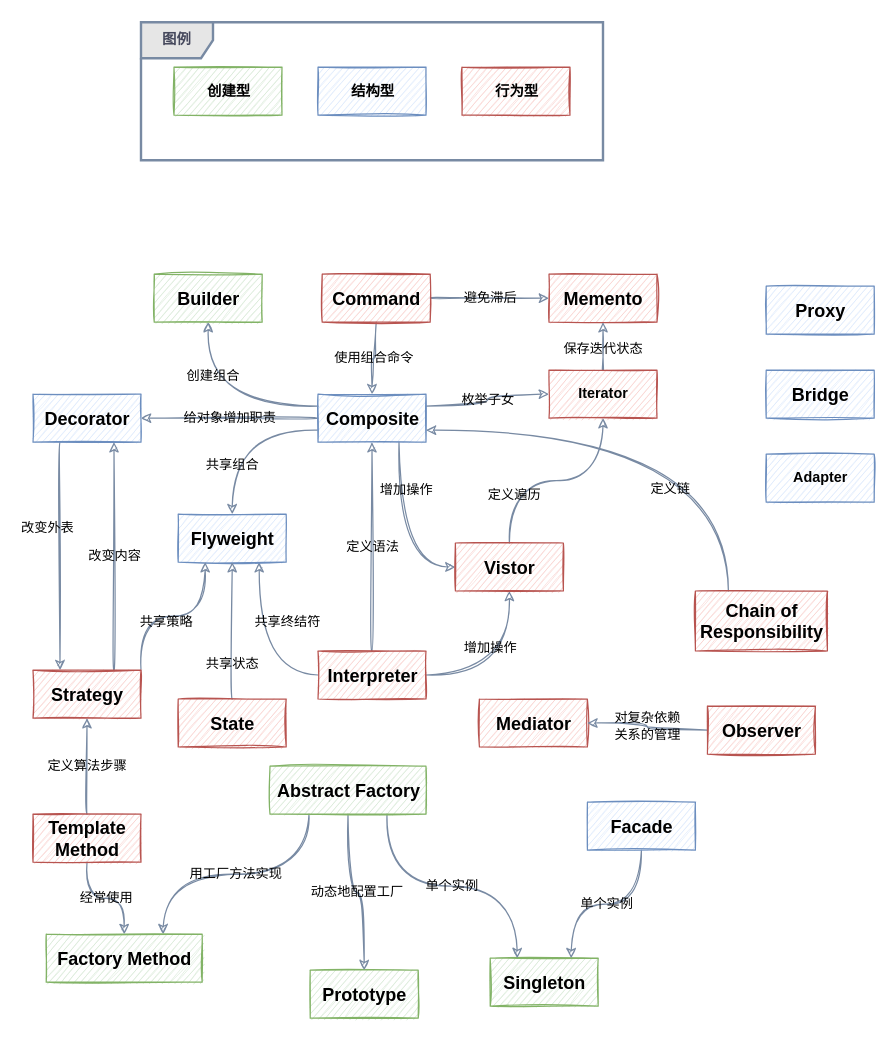
This is diagrams.net/设计模式之间的关系.drawio from ZhengweiHou/simplegit, a draw.io file, before an edit. Source tidied: cells renumbered, new cells numbered last; positions are measured from the earlier drawing's top-left corner, leaving out a move shared by most shapes. Both pictures are drawn from the tidied source at 120%, with x=0, y=0 at pixel (32, 22).
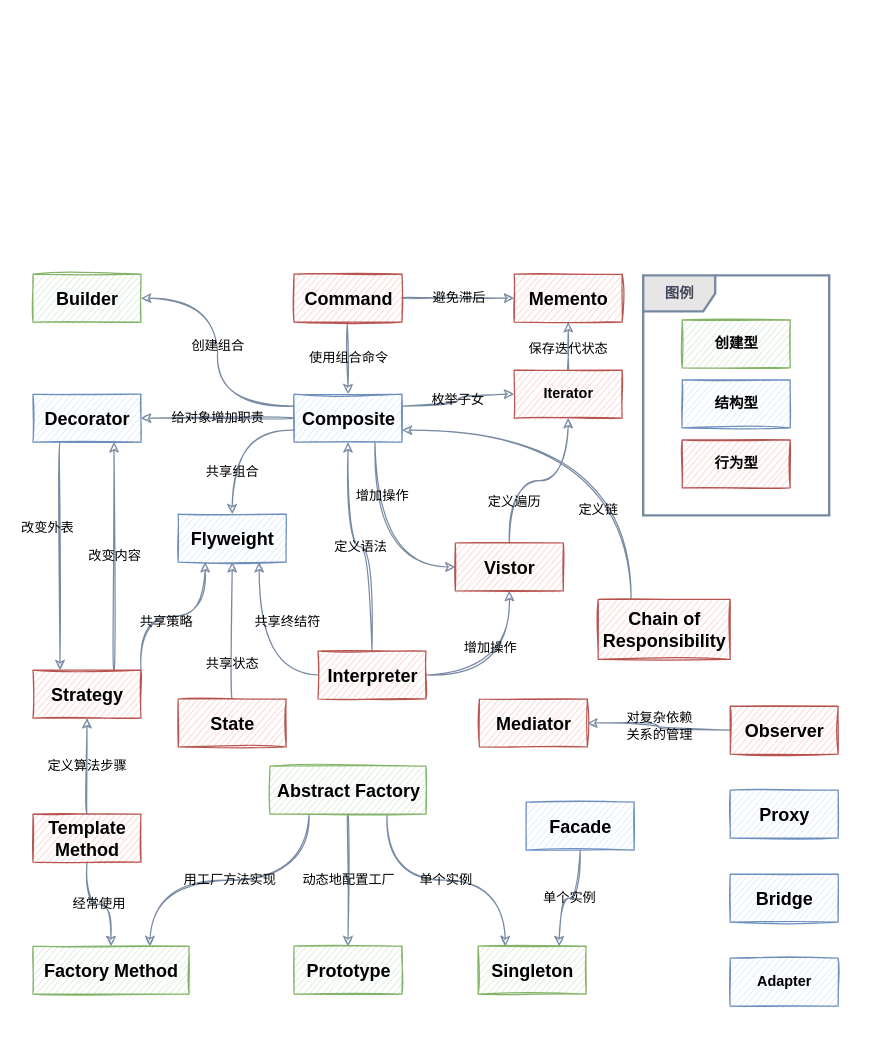
The same diagram, later.

Commit message (it also covers changes not shown here):
Update 设计模式之间的关系.drawio

Change to the diagram source:
```diff
@@
     <mxCell id="2" value="&lt;span style=&quot;color: rgb(0, 0, 0); font-family: &amp;quot;arial&amp;quot;; font-size: 15px; font-style: normal; letter-spacing: normal; text-indent: 0px; text-transform: none; word-spacing: 0px; display: inline; float: none;&quot;&gt;Builder&lt;/span&gt;" style="html=1;fillColor=#d5e8d4;strokeColor=#82b366;sketch=1;labelBackgroundColor=none;fontStyle=1;" parent="1" vertex="1">
-      <mxGeometry x="101" y="210" width="90" height="40" as="geometry" />
+      <mxGeometry y="210" width="90" height="40" as="geometry" />
     </mxCell>
@@
     <mxCell id="7" value="Adapter" style="html=1;fillColor=#dae8fc;strokeColor=#6c8ebf;sketch=1;labelBackgroundColor=none;fontStyle=1;" parent="1" vertex="1">
-      <mxGeometry x="611" y="360" width="90" height="40" as="geometry" />
+      <mxGeometry x="581" y="780" width="90" height="40" as="geometry" />
     </mxCell>
     <mxCell id="8" style="group;labelBackgroundColor=none;fontStyle=1;" parent="1" vertex="1">
-      <mxGeometry x="90" width="385" height="115" as="geometry" />
+      <mxGeometry x="516" y="184" width="155" height="250" as="geometry" />
     </mxCell>
+    <mxCell id="54" style="group;" parent="8" vertex="1">
+      <mxGeometry x="-7.5" y="27" width="155" height="200" as="geometry" />
+    </mxCell>
-    <mxCell id="9" value="图例" style="shape=umlFrame;whiteSpace=wrap;html=1;rounded=0;labelBackgroundColor=none;sketch=0;strokeColor=#788AA3;fontColor=#46495D;fontStyle=1;shadow=0;fillColor=#E6E6E6;strokeWidth=2;" parent="8" vertex="1">
-      <mxGeometry width="385" height="115" as="geometry" />
+    <mxCell id="9" value="图例" style="shape=umlFrame;whiteSpace=wrap;html=1;rounded=0;labelBackgroundColor=none;sketch=0;strokeColor=#788AA3;fontColor=#46495D;fontStyle=1;shadow=0;fillColor=#E6E6E6;strokeWidth=2;" parent="54" vertex="1">
+      <mxGeometry width="155" height="200" as="geometry" />
     </mxCell>
-    <mxCell id="10" value="创建型" style="html=1;fillColor=#d5e8d4;strokeColor=#82b366;sketch=1;labelBackgroundColor=none;fontStyle=1;" parent="8" vertex="1">
-      <mxGeometry x="27.5" y="37.5" width="90" height="40" as="geometry" />
-    </mxCell>
-    <mxCell id="11" value="行为型" style="html=1;fillColor=#f8cecc;strokeColor=#b85450;sketch=1;labelBackgroundColor=none;fontStyle=1;" parent="8" vertex="1">
-      <mxGeometry x="267.5" y="37.5" width="90" height="40" as="geometry" />
+    <mxCell id="11" value="行为型" style="html=1;fillColor=#f8cecc;strokeColor=#b85450;sketch=1;labelBackgroundColor=none;fontStyle=1;" parent="54" vertex="1">
+      <mxGeometry x="32.5" y="137" width="90" height="40" as="geometry" />
     </mxCell>
-    <mxCell id="12" value="结构型" style="html=1;fillColor=#dae8fc;strokeColor=#6c8ebf;sketch=1;labelBackgroundColor=none;fontStyle=1;" parent="8" vertex="1">
-      <mxGeometry x="147.5" y="37.5" width="90" height="40" as="geometry" />
+    <mxCell id="12" value="结构型" style="html=1;fillColor=#dae8fc;strokeColor=#6c8ebf;sketch=1;labelBackgroundColor=none;fontStyle=1;" parent="54" vertex="1">
+      <mxGeometry x="32.5" y="87" width="90" height="40" as="geometry" />
     </mxCell>
+    <mxCell id="10" value="创建型" style="html=1;fillColor=#d5e8d4;strokeColor=#82b366;sketch=1;labelBackgroundColor=none;fontStyle=1;" parent="54" vertex="1">
+      <mxGeometry x="32.5" y="37" width="90" height="40" as="geometry" />
+    </mxCell>
     <mxCell id="13" value="&lt;span style=&quot;color: rgb(0, 0, 0); font-family: &amp;quot;arial&amp;quot;; font-size: 15px; font-style: normal; letter-spacing: normal; text-indent: 0px; text-transform: none; word-spacing: 0px; display: inline; float: none;&quot;&gt;Singleton&lt;/span&gt;" style="html=1;fillColor=#d5e8d4;strokeColor=#82b366;sketch=1;labelBackgroundColor=none;fontStyle=1;" parent="1" vertex="1">
-      <mxGeometry x="381" y="780" width="90" height="40" as="geometry" />
+      <mxGeometry x="371" y="770" width="90" height="40" as="geometry" />
     </mxCell>
     <mxCell id="14" value="&lt;span style=&quot;color: rgb(0, 0, 0); font-family: &amp;quot;arial&amp;quot;; font-size: 15px; font-style: normal; letter-spacing: normal; text-indent: 0px; text-transform: none; word-spacing: 0px; display: inline; float: none;&quot;&gt;Prototype&lt;/span&gt;" style="html=1;fillColor=#d5e8d4;strokeColor=#82b366;sketch=1;labelBackgroundColor=none;fontStyle=1;" parent="1" vertex="1">
-      <mxGeometry x="231" y="790" width="90" height="40" as="geometry" />
+      <mxGeometry x="217.5" y="770" width="90" height="40" as="geometry" />
     </mxCell>
@@
     <mxCell id="19" value="&lt;span style=&quot;color: rgb(0, 0, 0); font-family: &amp;quot;arial&amp;quot;; font-size: 15px; font-style: normal; letter-spacing: normal; text-indent: 0px; text-transform: none; word-spacing: 0px; display: inline; float: none;&quot;&gt;Factory Method&lt;/span&gt;" style="html=1;fillColor=#d5e8d4;strokeColor=#82b366;sketch=1;labelBackgroundColor=none;fontStyle=1;" parent="1" vertex="1">
-      <mxGeometry x="11" y="760" width="130" height="40" as="geometry" />
+      <mxGeometry y="770" width="130" height="40" as="geometry" />
     </mxCell>
     <mxCell id="20" value="&lt;span style=&quot;color: rgb(0, 0, 0); font-family: &amp;quot;arial&amp;quot;; font-size: 15px; font-style: normal; letter-spacing: normal; text-indent: 0px; text-transform: none; word-spacing: 0px; display: inline; float: none;&quot;&gt;Proxy&lt;/span&gt;" style="html=1;fillColor=#dae8fc;strokeColor=#6c8ebf;sketch=1;labelBackgroundColor=none;fontStyle=1;" parent="1" vertex="1">
-      <mxGeometry x="611" y="220" width="90" height="40" as="geometry" />
+      <mxGeometry x="581" y="640" width="90" height="40" as="geometry" />
     </mxCell>
@@
     <mxCell id="23" value="&lt;span style=&quot;color: rgb(0, 0, 0); font-family: &amp;quot;arial&amp;quot;; font-size: 15px; font-style: normal; letter-spacing: normal; text-indent: 0px; text-transform: none; word-spacing: 0px; display: inline; float: none;&quot;&gt;Facade&lt;/span&gt;" style="html=1;fillColor=#dae8fc;strokeColor=#6c8ebf;sketch=1;labelBackgroundColor=none;fontStyle=1;" parent="1" vertex="1">
-      <mxGeometry x="462" y="650" width="90" height="40" as="geometry" />
+      <mxGeometry x="411" y="650" width="90" height="40" as="geometry" />
     </mxCell>
@@
-    <mxCell id="27" value="创建组合" style="edgeStyle=orthogonalEdgeStyle;curved=1;rounded=1;sketch=1;jettySize=auto;html=1;exitX=0;exitY=0.25;exitDx=0;exitDy=0;entryX=0.5;entryY=1;entryDx=0;entryDy=0;labelBackgroundColor=none;strokeColor=#788AA3;fillColor=#B2C9AB;fontColor=#000000;" parent="1" edge="1" source="31" target="2">
-      <mxGeometry x="0.09" y="-26" relative="1" as="geometry">
-        <mxPoint y="1" as="offset" />
-      </mxGeometry>
+    <mxCell id="27" value="创建组合" style="edgeStyle=orthogonalEdgeStyle;curved=1;rounded=1;sketch=1;jettySize=auto;html=1;exitX=0;exitY=0.25;exitDx=0;exitDy=0;entryX=1;entryY=0.5;entryDx=0;entryDy=0;labelBackgroundColor=none;strokeColor=#788AA3;fillColor=#B2C9AB;fontColor=#000000;" parent="1" edge="1" source="31" target="2">
+      <mxGeometry x="0.05" relative="1" as="geometry" />
     </mxCell>
@@
     <mxCell id="31" value="&lt;span style=&quot;color: rgb(0, 0, 0); font-family: &amp;quot;arial&amp;quot;; font-size: 15px; font-style: normal; letter-spacing: normal; text-indent: 0px; text-transform: none; word-spacing: 0px; display: inline; float: none;&quot;&gt;Composite&lt;/span&gt;" style="html=1;fillColor=#dae8fc;strokeColor=#6c8ebf;sketch=1;labelBackgroundColor=none;fontStyle=1;" parent="1" vertex="1">
-      <mxGeometry x="237.5" y="310" width="90" height="40" as="geometry" />
+      <mxGeometry x="217.5" y="310" width="90" height="40" as="geometry" />
     </mxCell>
     <mxCell id="32" value="&lt;span style=&quot;color: rgb(0, 0, 0); font-family: &amp;quot;arial&amp;quot;; font-size: 15px; font-style: normal; letter-spacing: normal; text-indent: 0px; text-transform: none; word-spacing: 0px; display: inline; float: none;&quot;&gt;Bridge&lt;/span&gt;" style="html=1;fillColor=#dae8fc;strokeColor=#6c8ebf;sketch=1;labelBackgroundColor=none;fontStyle=1;" parent="1" vertex="1">
-      <mxGeometry x="611" y="290" width="90" height="40" as="geometry" />
+      <mxGeometry x="581" y="710" width="90" height="40" as="geometry" />
     </mxCell>
@@
-    <mxCell id="36" value="定义链" style="edgeStyle=orthogonalEdgeStyle;rounded=1;sketch=1;jettySize=auto;html=1;entryX=1;entryY=0.75;entryDx=0;entryDy=0;labelBackgroundColor=none;strokeColor=#788AA3;fillColor=#B2C9AB;fontColor=#000000;exitX=0.25;exitY=0;exitDx=0;exitDy=0;entryPerimeter=0;curved=1;" parent="1" edge="1" source="37" target="31">
-      <mxGeometry x="-0.56" y="49" relative="1" as="geometry">
-        <Array as="points">
-          <mxPoint x="580" y="340" />
-        </Array>
-      </mxGeometry>
+    <mxCell id="36" value="定义链" style="edgeStyle=orthogonalEdgeStyle;curved=1;rounded=1;sketch=1;jettySize=auto;html=1;exitX=0.25;exitY=0;exitDx=0;exitDy=0;entryX=1;entryY=0.75;entryDx=0;entryDy=0;labelBackgroundColor=none;startArrow=none;startFill=0;strokeColor=#788AA3;fillColor=#B2C9AB;fontColor=#000000;" parent="1" edge="1" source="37" target="31">
+      <mxGeometry x="-0.55" y="28" relative="1" as="geometry" />
     </mxCell>
     <mxCell id="37" value="&lt;div&gt;&lt;span style=&quot;color: rgb(0, 0, 0); font-family: &amp;quot;arial&amp;quot;; font-size: 15px; font-style: normal; letter-spacing: normal; text-indent: 0px; text-transform: none; word-spacing: 0px; display: inline; float: none;&quot;&gt;Chain of &lt;br&gt;&lt;/span&gt;&lt;/div&gt;&lt;div&gt;&lt;span style=&quot;color: rgb(0, 0, 0); font-family: &amp;quot;arial&amp;quot;; font-size: 15px; font-style: normal; letter-spacing: normal; text-indent: 0px; text-transform: none; word-spacing: 0px; display: inline; float: none;&quot;&gt;Responsibility&lt;/span&gt;&lt;/div&gt;" style="html=1;fillColor=#f8cecc;strokeColor=#b85450;sketch=1;labelBackgroundColor=none;fontStyle=1;" parent="1" vertex="1">
-      <mxGeometry x="552" y="474" width="110" height="50" as="geometry" />
+      <mxGeometry x="471" y="481" width="110" height="50" as="geometry" />
     </mxCell>
     <mxCell id="38" value="&lt;span style=&quot;color: rgb(0, 0, 0); font-family: &amp;quot;arial&amp;quot;; font-size: 15px; font-style: normal; letter-spacing: normal; text-indent: 0px; text-transform: none; word-spacing: 0px; display: inline; float: none;&quot;&gt;Memento&lt;/span&gt;" style="html=1;fillColor=#f8cecc;strokeColor=#b85450;sketch=1;labelBackgroundColor=none;fontStyle=1;" parent="1" vertex="1">
-      <mxGeometry x="430" y="210" width="90" height="40" as="geometry" />
+      <mxGeometry x="401" y="210" width="90" height="40" as="geometry" />
     </mxCell>
@@
     <mxCell id="40" value="Iterator" style="html=1;fillColor=#f8cecc;strokeColor=#b85450;sketch=1;labelBackgroundColor=none;fontStyle=1;" parent="1" vertex="1">
-      <mxGeometry x="430" y="290" width="90" height="40" as="geometry" />
+      <mxGeometry x="401" y="290" width="90" height="40" as="geometry" />
     </mxCell>
@@
     <mxCell id="44" value="&lt;span style=&quot;color: rgb(0, 0, 0); font-family: &amp;quot;arial&amp;quot;; font-size: 15px; font-style: normal; letter-spacing: normal; text-indent: 0px; text-transform: none; word-spacing: 0px; display: inline; float: none;&quot;&gt;Command&lt;/span&gt;" style="html=1;fillColor=#f8cecc;strokeColor=#b85450;sketch=1;labelBackgroundColor=none;fontStyle=1;" parent="1" vertex="1">
-      <mxGeometry x="241" y="210" width="90" height="40" as="geometry" />
+      <mxGeometry x="217.5" y="210" width="90" height="40" as="geometry" />
     </mxCell>
@@
     <mxCell id="46" value="&lt;span style=&quot;color: rgb(0, 0, 0); font-family: &amp;quot;arial&amp;quot;; font-size: 15px; font-style: normal; letter-spacing: normal; text-indent: 0px; text-transform: none; word-spacing: 0px; display: inline; float: none;&quot;&gt;Observer&lt;/span&gt;" style="html=1;fillColor=#f8cecc;strokeColor=#b85450;sketch=1;labelBackgroundColor=none;fontStyle=1;" parent="1" vertex="1">
-      <mxGeometry x="562" y="570" width="90" height="40" as="geometry" />
+      <mxGeometry x="581" y="570" width="90" height="40" as="geometry" />
     </mxCell>
```
